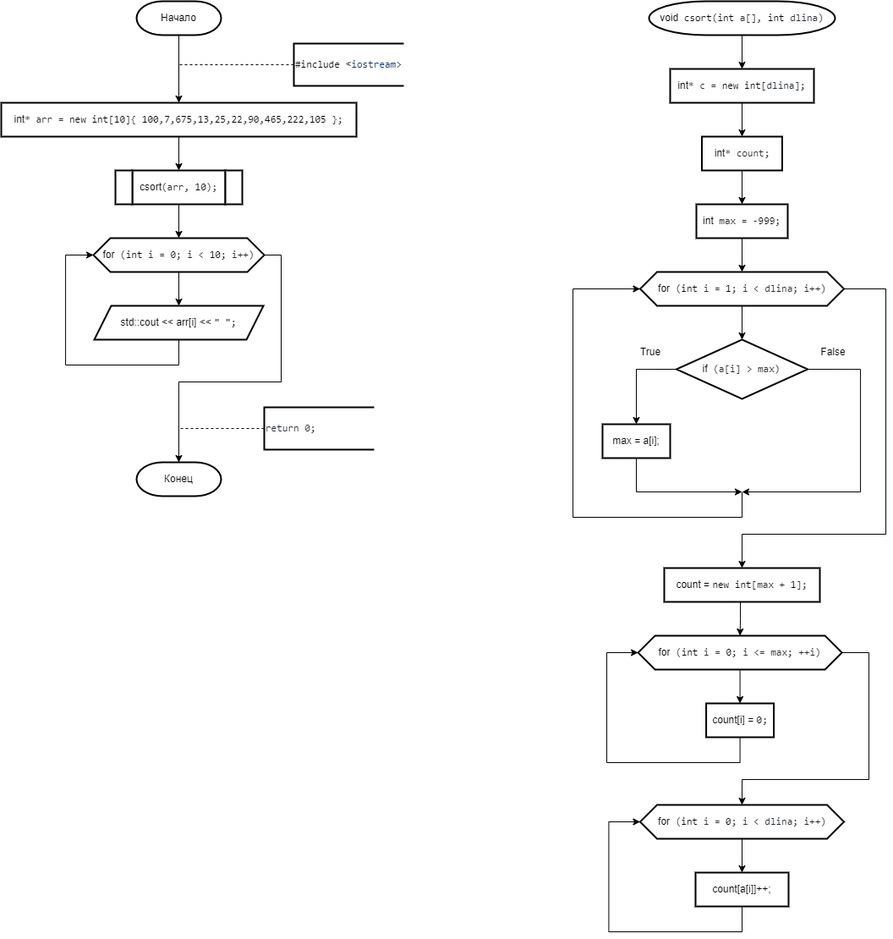
Earlier version of the draw.io export 2 Семестр/Labs/№9 Сложные сортировки быстрая (Хоара), слиянием, подсчетом, блочная, Шелла/Подсчетом.png (IlyaFedoseev227/LABS-PNRPU-IVT-22-1b). Source tidied: cells renumbered, new cells last; positions are measured from the earlier drawing's top-left corner, leaving out a move shared by most shapes.
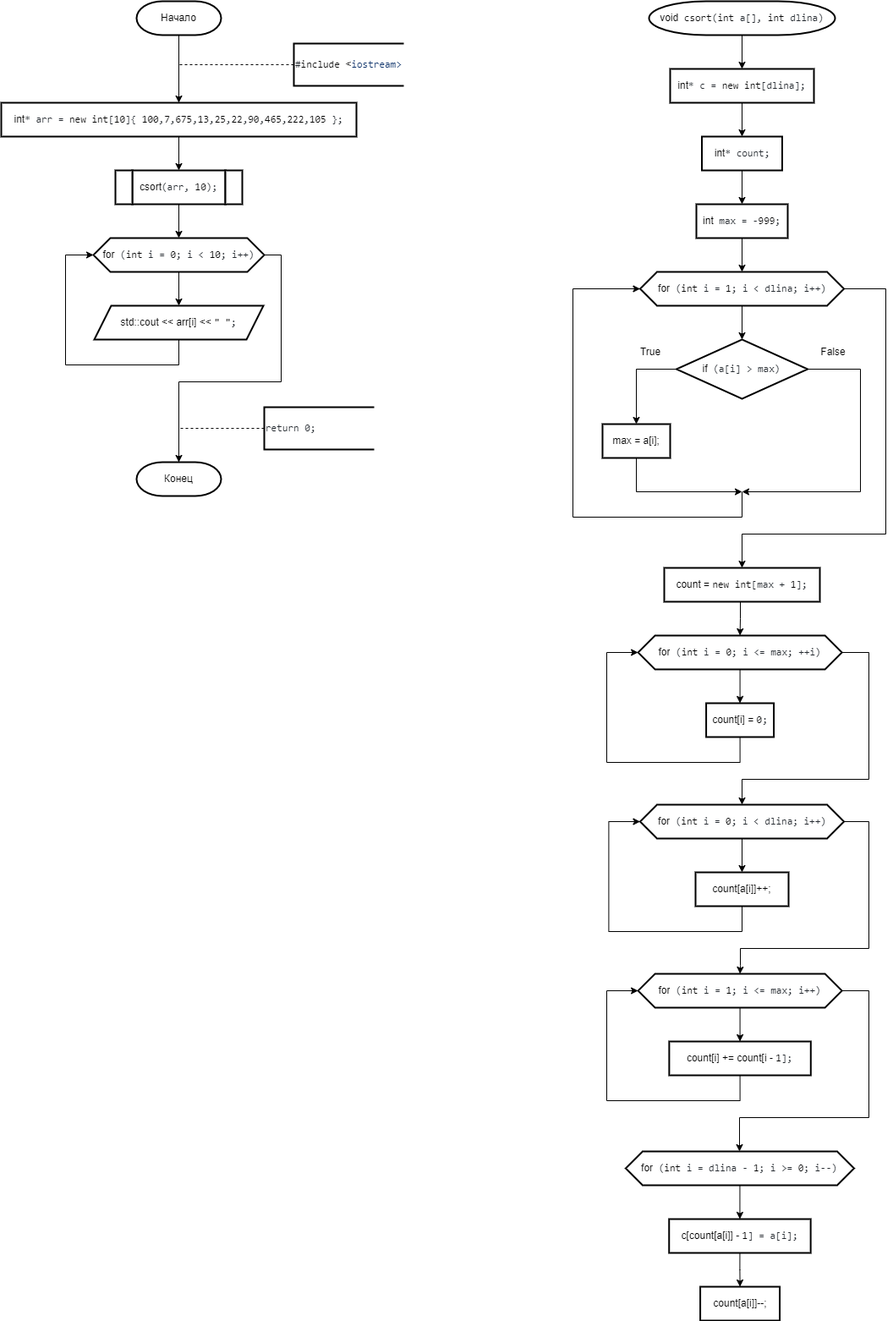
The same file after the commit.

What changed in the source:
```diff
@@ -199,6 +199,17 @@
     <mxCell id="46" style="edgeStyle=orthogonalEdgeStyle;rounded=0;jettySize=auto;html=1;exitX=0.5;exitY=1;exitDx=0;exitDy=0;entryX=0.5;entryY=0;entryDx=0;entryDy=0;" parent="1" edge="1" source="47" target="49">
       <mxGeometry relative="1" as="geometry" />
     </mxCell>
+    <mxCell id="50" style="edgeStyle=orthogonalEdgeStyle;rounded=0;jettySize=auto;html=1;exitX=1;exitY=0.5;exitDx=0;exitDy=0;entryX=0.5;entryY=0;entryDx=0;entryDy=0;" parent="1" edge="1" source="47" target="53">
+      <mxGeometry relative="1" as="geometry">
+        <Array as="points">
+          <mxPoint x="1026" y="970" />
+          <mxPoint x="1026" y="1120" />
+          <mxPoint x="874" y="1120" />
+          <mxPoint x="874" y="1140" />
+          <mxPoint x="874" y="1140" />
+        </Array>
+      </mxGeometry>
+    </mxCell>
     <mxCell id="47" value="&lt;div style=&quot;text-align: start;&quot;&gt;for&lt;span style=&quot;color: rgb(36, 41, 47); font-family: ui-monospace, SFMono-Regular, &amp;quot;SF Mono&amp;quot;, Menlo, Consolas, &amp;quot;Liberation Mono&amp;quot;, monospace; background-color: rgb(255, 255, 255);&quot;&gt; (&lt;/span&gt;&lt;span style=&quot;box-sizing: border-box; color: var(--color-prettylights-syntax-keyword); font-family: ui-monospace, SFMono-Regular, &amp;quot;SF Mono&amp;quot;, Menlo, Consolas, &amp;quot;Liberation Mono&amp;quot;, monospace; background-color: rgb(255, 255, 255);&quot; class=&quot;pl-k&quot;&gt;int&lt;/span&gt;&lt;span style=&quot;color: rgb(36, 41, 47); font-family: ui-monospace, SFMono-Regular, &amp;quot;SF Mono&amp;quot;, Menlo, Consolas, &amp;quot;Liberation Mono&amp;quot;, monospace; background-color: rgb(255, 255, 255);&quot;&gt; i = &lt;/span&gt;&lt;span style=&quot;box-sizing: border-box; color: var(--color-prettylights-syntax-constant); font-family: ui-monospace, SFMono-Regular, &amp;quot;SF Mono&amp;quot;, Menlo, Consolas, &amp;quot;Liberation Mono&amp;quot;, monospace; background-color: rgb(255, 255, 255);&quot; class=&quot;pl-c1&quot;&gt;0&lt;/span&gt;&lt;span style=&quot;color: rgb(36, 41, 47); font-family: ui-monospace, SFMono-Regular, &amp;quot;SF Mono&amp;quot;, Menlo, Consolas, &amp;quot;Liberation Mono&amp;quot;, monospace; background-color: rgb(255, 255, 255);&quot;&gt;; i &amp;lt; dlina; i++)&lt;/span&gt;&lt;br&gt;&lt;/div&gt;" style="shape=hexagon;perimeter=hexagonPerimeter2;whiteSpace=wrap;html=1;fixedSize=1;strokeWidth=2;" parent="1" vertex="1">
       <mxGeometry x="755.5" y="950" width="241" height="40" as="geometry" />
     </mxCell>
@@ -214,5 +225,47 @@
     <mxCell id="49" value="&lt;div style=&quot;text-align: start;&quot;&gt;count[a[i]]++;&lt;br&gt;&lt;/div&gt;" style="shape=parallelogram;perimeter=parallelogramPerimeter;whiteSpace=wrap;html=1;fixedSize=1;strokeWidth=2;size=-6;" parent="1" vertex="1">
       <mxGeometry x="821" y="1030" width="110" height="40" as="geometry" />
     </mxCell>
+    <mxCell id="51" style="edgeStyle=orthogonalEdgeStyle;rounded=0;jettySize=auto;html=1;exitX=0.5;exitY=1;exitDx=0;exitDy=0;entryX=0.5;entryY=0;entryDx=0;entryDy=0;" parent="1" edge="1" source="53" target="55">
+      <mxGeometry relative="1" as="geometry" />
+    </mxCell>
+    <mxCell id="52" style="edgeStyle=orthogonalEdgeStyle;rounded=0;jettySize=auto;html=1;exitX=1;exitY=0.5;exitDx=0;exitDy=0;" parent="1" edge="1" source="53" target="57">
+      <mxGeometry relative="1" as="geometry">
+        <Array as="points">
+          <mxPoint x="1026" y="1170" />
+          <mxPoint x="1026" y="1320" />
+          <mxPoint x="873" y="1320" />
+        </Array>
+      </mxGeometry>
+    </mxCell>
+    <mxCell id="53" value="&lt;div style=&quot;text-align: start;&quot;&gt;for&lt;span style=&quot;color: rgb(36, 41, 47); font-family: ui-monospace, SFMono-Regular, &amp;quot;SF Mono&amp;quot;, Menlo, Consolas, &amp;quot;Liberation Mono&amp;quot;, monospace; background-color: rgb(255, 255, 255);&quot;&gt; (&lt;/span&gt;&lt;span style=&quot;box-sizing: border-box; color: var(--color-prettylights-syntax-keyword); font-family: ui-monospace, SFMono-Regular, &amp;quot;SF Mono&amp;quot;, Menlo, Consolas, &amp;quot;Liberation Mono&amp;quot;, monospace; background-color: rgb(255, 255, 255);&quot; class=&quot;pl-k&quot;&gt;int&lt;/span&gt;&lt;span style=&quot;color: rgb(36, 41, 47); font-family: ui-monospace, SFMono-Regular, &amp;quot;SF Mono&amp;quot;, Menlo, Consolas, &amp;quot;Liberation Mono&amp;quot;, monospace; background-color: rgb(255, 255, 255);&quot;&gt; i = &lt;/span&gt;&lt;span style=&quot;box-sizing: border-box; color: var(--color-prettylights-syntax-constant); font-family: ui-monospace, SFMono-Regular, &amp;quot;SF Mono&amp;quot;, Menlo, Consolas, &amp;quot;Liberation Mono&amp;quot;, monospace; background-color: rgb(255, 255, 255);&quot; class=&quot;pl-c1&quot;&gt;1&lt;/span&gt;&lt;span style=&quot;color: rgb(36, 41, 47); font-family: ui-monospace, SFMono-Regular, &amp;quot;SF Mono&amp;quot;, Menlo, Consolas, &amp;quot;Liberation Mono&amp;quot;, monospace; background-color: rgb(255, 255, 255);&quot;&gt;; i &amp;lt;= max; i++)&lt;/span&gt;&lt;br&gt;&lt;/div&gt;" style="shape=hexagon;perimeter=hexagonPerimeter2;whiteSpace=wrap;html=1;fixedSize=1;strokeWidth=2;" parent="1" vertex="1">
+      <mxGeometry x="753.1" y="1150" width="241" height="40" as="geometry" />
+    </mxCell>
+    <mxCell id="54" style="edgeStyle=orthogonalEdgeStyle;rounded=0;jettySize=auto;html=1;entryX=0;entryY=0.5;entryDx=0;entryDy=0;exitX=0.5;exitY=1;exitDx=0;exitDy=0;" parent="1" edge="1" source="55" target="53">
+      <mxGeometry relative="1" as="geometry">
+        <Array as="points">
+          <mxPoint x="874" y="1300" />
+          <mxPoint x="716" y="1300" />
+          <mxPoint x="716" y="1170" />
+        </Array>
+      </mxGeometry>
+    </mxCell>
+    <mxCell id="55" value="&lt;div style=&quot;text-align: start;&quot;&gt;count[i] += count[i - &lt;span style=&quot;box-sizing: border-box; color: var(--color-prettylights-syntax-constant); font-family: ui-monospace, SFMono-Regular, &amp;quot;SF Mono&amp;quot;, Menlo, Consolas, &amp;quot;Liberation Mono&amp;quot;, monospace; background-color: rgb(255, 255, 255);&quot; class=&quot;pl-c1&quot;&gt;1&lt;/span&gt;&lt;span style=&quot;color: rgb(36, 41, 47); font-family: ui-monospace, SFMono-Regular, &amp;quot;SF Mono&amp;quot;, Menlo, Consolas, &amp;quot;Liberation Mono&amp;quot;, monospace; background-color: rgb(255, 255, 255);&quot;&gt;];&lt;/span&gt;&lt;br&gt;&lt;/div&gt;" style="shape=parallelogram;perimeter=parallelogramPerimeter;whiteSpace=wrap;html=1;fixedSize=1;strokeWidth=2;size=-6;" parent="1" vertex="1">
+      <mxGeometry x="789.9" y="1230" width="167.4" height="40" as="geometry" />
+    </mxCell>
+    <mxCell id="56" style="edgeStyle=orthogonalEdgeStyle;rounded=0;jettySize=auto;html=1;exitX=0.5;exitY=1;exitDx=0;exitDy=0;entryX=0.5;entryY=0;entryDx=0;entryDy=0;" parent="1" edge="1" source="57" target="59">
+      <mxGeometry relative="1" as="geometry" />
+    </mxCell>
+    <mxCell id="57" value="&lt;div style=&quot;text-align: start;&quot;&gt;for&lt;span style=&quot;color: rgb(36, 41, 47); font-family: ui-monospace, SFMono-Regular, &amp;quot;SF Mono&amp;quot;, Menlo, Consolas, &amp;quot;Liberation Mono&amp;quot;, monospace; background-color: rgb(255, 255, 255);&quot;&gt; (&lt;/span&gt;&lt;span style=&quot;box-sizing: border-box; color: var(--color-prettylights-syntax-keyword); font-family: ui-monospace, SFMono-Regular, &amp;quot;SF Mono&amp;quot;, Menlo, Consolas, &amp;quot;Liberation Mono&amp;quot;, monospace; background-color: rgb(255, 255, 255);&quot; class=&quot;pl-k&quot;&gt;int&lt;/span&gt;&lt;span style=&quot;color: rgb(36, 41, 47); font-family: ui-monospace, SFMono-Regular, &amp;quot;SF Mono&amp;quot;, Menlo, Consolas, &amp;quot;Liberation Mono&amp;quot;, monospace; background-color: rgb(255, 255, 255);&quot;&gt; i = dlina - &lt;/span&gt;&lt;span style=&quot;box-sizing: border-box; color: var(--color-prettylights-syntax-constant); font-family: ui-monospace, SFMono-Regular, &amp;quot;SF Mono&amp;quot;, Menlo, Consolas, &amp;quot;Liberation Mono&amp;quot;, monospace; background-color: rgb(255, 255, 255);&quot; class=&quot;pl-c1&quot;&gt;1&lt;/span&gt;&lt;span style=&quot;color: rgb(36, 41, 47); font-family: ui-monospace, SFMono-Regular, &amp;quot;SF Mono&amp;quot;, Menlo, Consolas, &amp;quot;Liberation Mono&amp;quot;, monospace; background-color: rgb(255, 255, 255);&quot;&gt;; i &amp;gt;= &lt;/span&gt;&lt;span style=&quot;box-sizing: border-box; color: var(--color-prettylights-syntax-constant); font-family: ui-monospace, SFMono-Regular, &amp;quot;SF Mono&amp;quot;, Menlo, Consolas, &amp;quot;Liberation Mono&amp;quot;, monospace; background-color: rgb(255, 255, 255);&quot; class=&quot;pl-c1&quot;&gt;0&lt;/span&gt;&lt;span style=&quot;color: rgb(36, 41, 47); font-family: ui-monospace, SFMono-Regular, &amp;quot;SF Mono&amp;quot;, Menlo, Consolas, &amp;quot;Liberation Mono&amp;quot;, monospace; background-color: rgb(255, 255, 255);&quot;&gt;; i--)&lt;/span&gt;&lt;br&gt;&lt;/div&gt;" style="shape=hexagon;perimeter=hexagonPerimeter2;whiteSpace=wrap;html=1;fixedSize=1;strokeWidth=2;" parent="1" vertex="1">
+      <mxGeometry x="738.4" y="1360" width="270" height="40" as="geometry" />
+    </mxCell>
+    <mxCell id="58" style="edgeStyle=orthogonalEdgeStyle;rounded=0;jettySize=auto;html=1;exitX=0.5;exitY=1;exitDx=0;exitDy=0;" parent="1" edge="1" source="59" target="60">
+      <mxGeometry relative="1" as="geometry" />
+    </mxCell>
+    <mxCell id="59" value="&lt;div style=&quot;text-align: start;&quot;&gt;c[count[a[i]] - &lt;span style=&quot;box-sizing: border-box; color: var(--color-prettylights-syntax-constant); font-family: ui-monospace, SFMono-Regular, &amp;quot;SF Mono&amp;quot;, Menlo, Consolas, &amp;quot;Liberation Mono&amp;quot;, monospace; background-color: rgb(255, 255, 255);&quot; class=&quot;pl-c1&quot;&gt;1&lt;/span&gt;&lt;span style=&quot;color: rgb(36, 41, 47); font-family: ui-monospace, SFMono-Regular, &amp;quot;SF Mono&amp;quot;, Menlo, Consolas, &amp;quot;Liberation Mono&amp;quot;, monospace; background-color: rgb(255, 255, 255);&quot;&gt;] = a[i];&lt;/span&gt;&lt;br&gt;&lt;/div&gt;" style="shape=parallelogram;perimeter=parallelogramPerimeter;whiteSpace=wrap;html=1;fixedSize=1;strokeWidth=2;size=-6;" parent="1" vertex="1">
+      <mxGeometry x="789.7" y="1440" width="167.4" height="40" as="geometry" />
+    </mxCell>
+    <mxCell id="60" value="&lt;div style=&quot;text-align: start;&quot;&gt;count[a[i]]--;&lt;br&gt;&lt;/div&gt;" style="shape=parallelogram;perimeter=parallelogramPerimeter;whiteSpace=wrap;html=1;fixedSize=1;strokeWidth=2;size=-6;" parent="1" vertex="1">
+      <mxGeometry x="826.6" y="1520" width="94" height="40" as="geometry" />
+    </mxCell>
   </root>
 </mxGraphModel>
```
